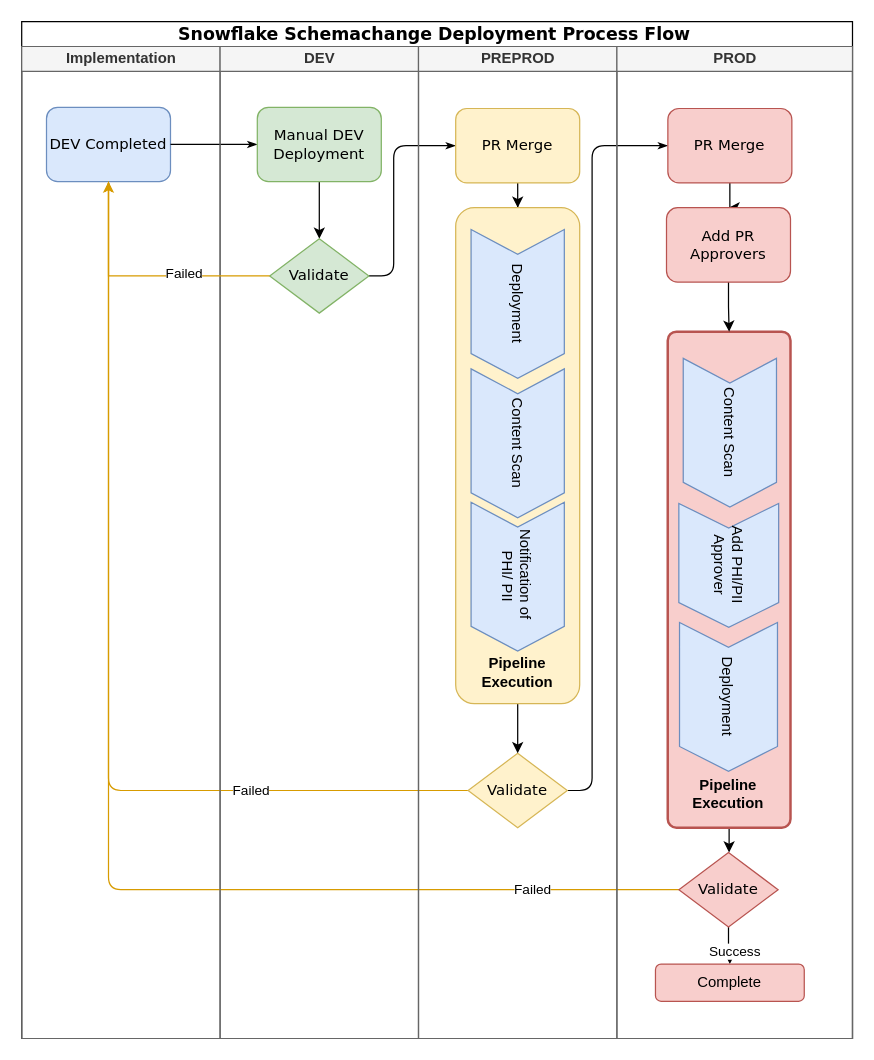
Earlier version of the draw.io diagram SchemachangeExtractLowLevelDiagram.drawio (jijeeshme/diagrams). Source tidied: cells renumbered, new cells numbered last; positions are measured from the earlier drawing's top-left corner, leaving out a move shared by most shapes. Both pictures are drawn from the tidied source at 124%, with x=0, y=0 at pixel (21, 21).
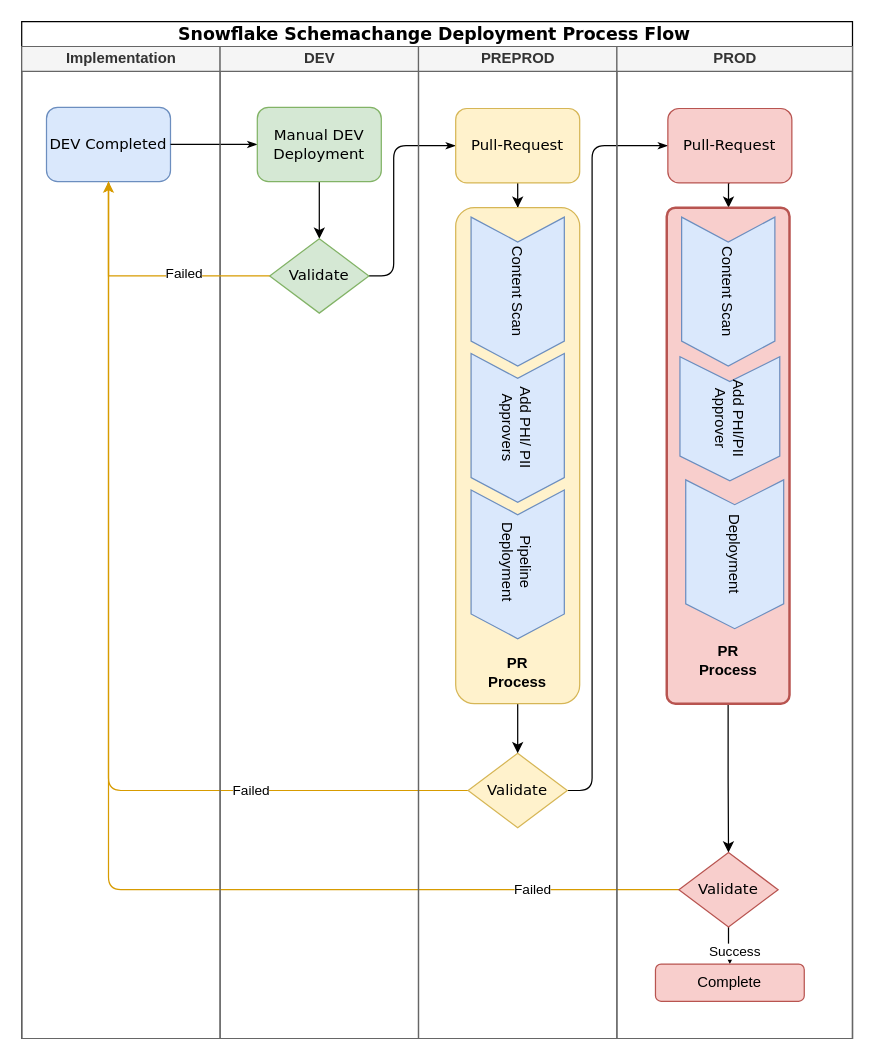
The same page after the edit.

The change refers to these unchanged cells:
```xml
<mxCell id="16" value="PREPROD" style="swimlane;html=1;startSize=20;fillColor=#f5f5f5;fontColor=#333333;strokeColor=#666666;" parent="2" vertex="1">
  <mxGeometry x="320" y="20" width="160" height="800" as="geometry" />
</mxCell>
<mxCell id="26" value="PROD" style="swimlane;html=1;startSize=20;fillColor=#f5f5f5;fontColor=#333333;strokeColor=#666666;" parent="2" vertex="1">
  <mxGeometry x="480" y="20" width="190" height="800" as="geometry" />
</mxCell>
```

The edit, as a diff of the source:
```diff
@@
-    <mxCell id="18" value="&lt;font style=&quot;font-size: 12px;&quot;&gt;PR Merge&lt;/font&gt;" style="rounded=1;whiteSpace=wrap;html=1;shadow=0;labelBackgroundColor=none;strokeWidth=1;fontFamily=Verdana;fontSize=8;align=center;fillColor=#fff2cc;strokeColor=#d6b656;" parent="16" vertex="1">
+    <mxCell id="18" value="&lt;span style=&quot;font-size: 12px;&quot;&gt;Pull-Request&lt;/span&gt;" style="rounded=1;whiteSpace=wrap;html=1;shadow=0;labelBackgroundColor=none;strokeWidth=1;fontFamily=Verdana;fontSize=8;align=center;fillColor=#fff2cc;strokeColor=#d6b656;" parent="16" vertex="1">
       <mxGeometry x="30" y="50" width="100" height="60" as="geometry" />
     </mxCell>
@@
-    <mxCell id="22" value="Deployment" style="shape=step;perimeter=stepPerimeter;fixedSize=1;whiteSpace=wrap;html=1;rotation=90;fillColor=#dae8fc;strokeColor=#6c8ebf;" parent="16" vertex="1">
-      <mxGeometry x="20" y="170" width="120" height="75.2" as="geometry" />
+    <mxCell id="22" value="Pipeline&amp;nbsp;&lt;div&gt;Deployment&amp;nbsp;&lt;/div&gt;" style="shape=step;perimeter=stepPerimeter;fixedSize=1;whiteSpace=wrap;html=1;rotation=90;fillColor=#dae8fc;strokeColor=#6c8ebf;" parent="16" vertex="1">
+      <mxGeometry x="20" y="380" width="120" height="75.2" as="geometry" />
     </mxCell>
     <mxCell id="23" value="Content Scan" style="shape=step;perimeter=stepPerimeter;fixedSize=1;whiteSpace=wrap;html=1;rotation=90;fillColor=#dae8fc;strokeColor=#6c8ebf;" parent="16" vertex="1">
-      <mxGeometry x="20" y="282.4" width="120" height="75.2" as="geometry" />
+      <mxGeometry x="20" y="160" width="120" height="75.2" as="geometry" />
     </mxCell>
-    <mxCell id="24" value="Notification of&amp;nbsp;&lt;div&gt;PHI/ PII&lt;/div&gt;" style="shape=step;perimeter=stepPerimeter;fixedSize=1;whiteSpace=wrap;html=1;rotation=90;fillColor=#dae8fc;strokeColor=#6c8ebf;" parent="16" vertex="1">
-      <mxGeometry x="20" y="390" width="120" height="75.2" as="geometry" />
+    <mxCell id="24" value="Add&amp;nbsp;&lt;span style=&quot;background-color: initial;&quot;&gt;PHI/ PII Approvers&lt;/span&gt;" style="shape=step;perimeter=stepPerimeter;fixedSize=1;whiteSpace=wrap;html=1;rotation=90;fillColor=#dae8fc;strokeColor=#6c8ebf;" parent="16" vertex="1">
+      <mxGeometry x="20" y="270" width="120" height="75.2" as="geometry" />
     </mxCell>
-    <mxCell id="25" value="&lt;b&gt;Pipeline Execution&lt;/b&gt;" style="text;html=1;align=center;verticalAlign=middle;whiteSpace=wrap;rounded=0;" parent="16" vertex="1">
+    <mxCell id="25" value="&lt;b&gt;PR Process&lt;/b&gt;" style="text;html=1;align=center;verticalAlign=middle;whiteSpace=wrap;rounded=0;" parent="16" vertex="1">
       <mxGeometry x="50" y="490" width="60" height="30" as="geometry" />
     </mxCell>
@@
-    <mxCell id="27" style="edgeStyle=orthogonalEdgeStyle;rounded=0;jettySize=auto;html=1;exitX=0.5;exitY=1;exitDx=0;exitDy=0;" parent="26" edge="1" source="28" target="40">
-      <mxGeometry relative="1" as="geometry" />
+    <mxCell id="27" style="edgeStyle=orthogonalEdgeStyle;rounded=0;jettySize=auto;html=1;exitX=0.5;exitY=1;exitDx=0;exitDy=0;" parent="26" edge="1" source="28">
+      <mxGeometry relative="1" as="geometry">
+        <mxPoint x="90" y="130" as="targetPoint" />
+      </mxGeometry>
     </mxCell>
-    <mxCell id="28" value="&lt;font style=&quot;font-size: 12px;&quot;&gt;PR Merge&lt;/font&gt;" style="rounded=1;whiteSpace=wrap;html=1;shadow=0;labelBackgroundColor=none;strokeWidth=1;fontFamily=Verdana;fontSize=8;align=center;fillColor=#f8cecc;strokeColor=#b85450;" parent="26" vertex="1">
+    <mxCell id="28" value="&lt;font style=&quot;font-size: 12px;&quot;&gt;Pull-Request&lt;/font&gt;" style="rounded=1;whiteSpace=wrap;html=1;shadow=0;labelBackgroundColor=none;strokeWidth=1;fontFamily=Verdana;fontSize=8;align=center;fillColor=#f8cecc;strokeColor=#b85450;" parent="26" vertex="1">
       <mxGeometry x="41.1" y="50" width="100" height="60" as="geometry" />
     </mxCell>
@@
     <mxCell id="30" style="rounded=1;whiteSpace=wrap;html=1;absoluteArcSize=1;arcSize=14;strokeWidth=2;fillColor=#f8cecc;strokeColor=#b85450;" parent="26" vertex="1">
-      <mxGeometry x="41" y="230" width="99" height="400" as="geometry" />
+      <mxGeometry x="40.2" y="130" width="99" height="400" as="geometry" />
     </mxCell>
     <mxCell id="31" value="Add PHI/PII Approver" style="shape=step;perimeter=stepPerimeter;fixedSize=1;whiteSpace=wrap;html=1;rotation=90;fillColor=#dae8fc;strokeColor=#6c8ebf;" parent="26" vertex="1">
-      <mxGeometry x="40.2" y="378.2" width="100" height="80.5" as="geometry" />
+      <mxGeometry x="41.1" y="260" width="100" height="80.5" as="geometry" />
     </mxCell>
     <mxCell id="32" value="Content Scan" style="shape=step;perimeter=stepPerimeter;fixedSize=1;whiteSpace=wrap;html=1;rotation=90;fillColor=#dae8fc;strokeColor=#6c8ebf;" parent="26" vertex="1">
-      <mxGeometry x="31.1" y="273.9" width="120" height="75.2" as="geometry" />
+      <mxGeometry x="29.8" y="160" width="120" height="75.2" as="geometry" />
     </mxCell>
     <mxCell id="33" value="Deployment" style="shape=step;perimeter=stepPerimeter;fixedSize=1;whiteSpace=wrap;html=1;rotation=90;fillColor=#dae8fc;strokeColor=#6c8ebf;" parent="26" vertex="1">
-      <mxGeometry x="30" y="485" width="120" height="79" as="geometry" />
+      <mxGeometry x="35" y="370" width="120" height="79" as="geometry" />
     </mxCell>
-    <mxCell id="34" value="&lt;b&gt;Pipeline Execution&lt;/b&gt;" style="text;html=1;align=center;verticalAlign=middle;whiteSpace=wrap;rounded=0;" parent="26" vertex="1">
-      <mxGeometry x="60" y="588" width="60" height="30" as="geometry" />
+    <mxCell id="34" value="&lt;b&gt;PR Process&lt;/b&gt;" style="text;html=1;align=center;verticalAlign=middle;whiteSpace=wrap;rounded=0;" parent="26" vertex="1">
+      <mxGeometry x="59.8" y="480" width="60" height="30" as="geometry" />
     </mxCell>
@@
-    <mxCell id="39" style="edgeStyle=orthogonalEdgeStyle;rounded=0;jettySize=auto;html=1;exitX=0.5;exitY=1;exitDx=0;exitDy=0;entryX=0.5;entryY=0;entryDx=0;entryDy=0;" parent="26" edge="1" source="40" target="30">
-      <mxGeometry relative="1" as="geometry" />
-    </mxCell>
-    <mxCell id="40" value="&lt;font style=&quot;font-size: 12px;&quot;&gt;Add PR Approvers&lt;/font&gt;" style="rounded=1;whiteSpace=wrap;html=1;shadow=0;labelBackgroundColor=none;strokeWidth=1;fontFamily=Verdana;fontSize=8;align=center;fillColor=#f8cecc;strokeColor=#b85450;" parent="26" vertex="1">
-      <mxGeometry x="40" y="130" width="100" height="60" as="geometry" />
-    </mxCell>
```
